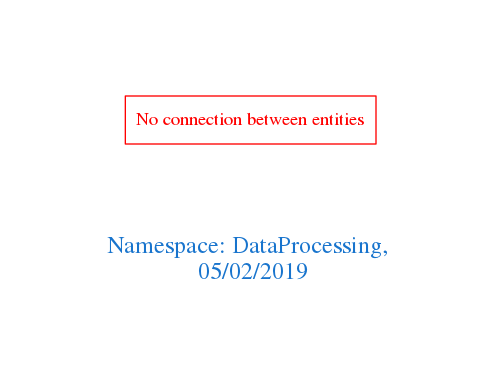
Before: downloads/DataProcessing.png, a diagram exported from Graphviz (arago/OGIT). Its source is kept beside it as downloads/DataProcessing.dot. Source of this version:
```dot
digraph OGIT_ontology {
 graph [ rankdir= LR,pad=1
fontsize = 18,
fontcolor= dodgerblue3,label = "\n\n\nNamespace: DataProcessing, \n 05/02/2019"];
node[shape=polygon];
edge [  color="gray81"];

"No connection between entities" [fontcolor = "red",color="red", shape="polygon"]
}
```
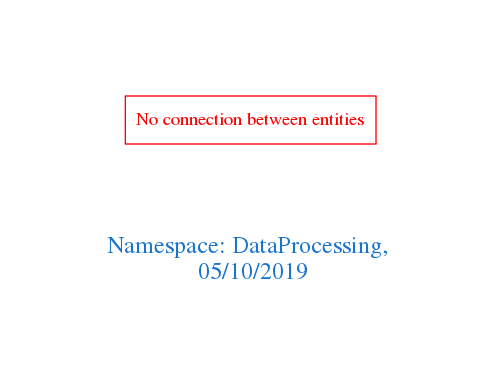
The same file after the commit.

Diff of the diagram source:
```diff
@@ -1,7 +1,7 @@
 digraph OGIT_ontology {
  graph [ rankdir= LR,pad=1
 fontsize = 18,
-fontcolor= dodgerblue3,label = "\n\n\nNamespace: DataProcessing, \n 05/02/2019"];
+fontcolor= dodgerblue3,label = "\n\n\nNamespace: DataProcessing, \n 05/10/2019"];
 node[shape=polygon];
 edge [  color="gray81"];
 
```
